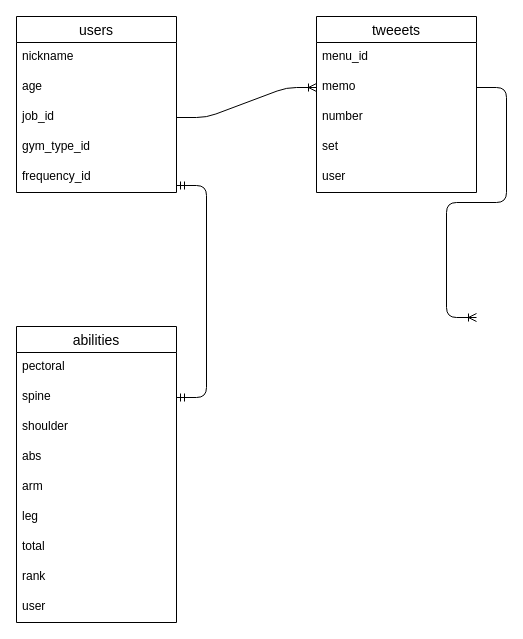
The draw.io diagram ER.dio in shisoshiso/bone-to-musicle, before the edit. Source tidied: cells renumbered, new cells numbered last; positions are measured from the earlier drawing's top-left corner, leaving out a move shared by most shapes. Both pictures are drawn from the tidied source at 100%, with x=0, y=0 at pixel (16, 16).
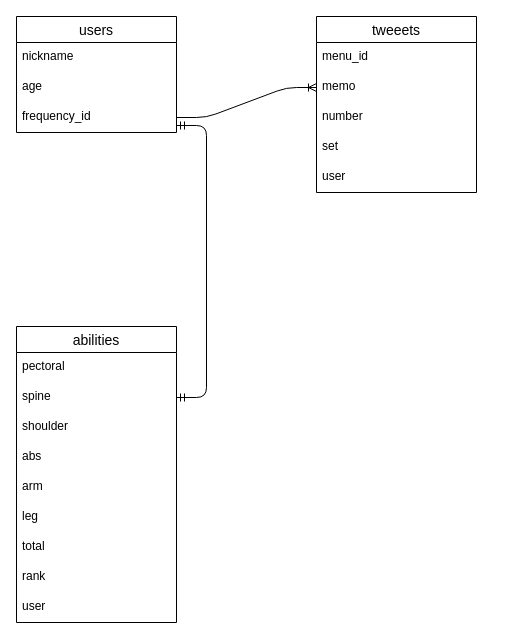
The same diagram, later.

Unchanged cells that the change refers to:
```xml
<mxCell id="10" value="memo" style="text;strokeColor=none;fillColor=none;spacingLeft=4;spacingRight=4;overflow=hidden;points=[[0,0.5],[1,0.5]];portConstraint=eastwest;fontSize=12;" parent="8" vertex="1">
  <mxGeometry y="56" width="160" height="30" as="geometry" />
</mxCell>
```

What changed in the source:
```diff
@@
     <mxCell id="2" value="users" style="swimlane;fontStyle=0;horizontal=1;startSize=26;align=center;fontSize=14;shadow=0;" parent="1" vertex="1">
-      <mxGeometry width="160" height="176" as="geometry" />
+      <mxGeometry width="160" height="116" as="geometry" />
     </mxCell>
@@
-    <mxCell id="5" value="job_id" style="text;strokeColor=none;fillColor=none;spacingLeft=4;spacingRight=4;overflow=hidden;points=[[0,0.5],[1,0.5]];portConstraint=eastwest;fontSize=12;" parent="2" vertex="1">
-      <mxGeometry y="86" width="160" height="30" as="geometry" />
-    </mxCell>
-    <mxCell id="6" value="gym_type_id" style="text;strokeColor=none;fillColor=none;spacingLeft=4;spacingRight=4;overflow=hidden;fontSize=12;" parent="2" vertex="1">
-      <mxGeometry y="116" width="160" height="30" as="geometry" />
-    </mxCell>
     <mxCell id="7" value="frequency_id" style="text;strokeColor=none;fillColor=none;spacingLeft=4;spacingRight=4;overflow=hidden;points=[[0,0.5],[1,0.5]];portConstraint=eastwest;fontSize=12;" parent="2" vertex="1">
-      <mxGeometry y="146" width="160" height="30" as="geometry" />
+      <mxGeometry y="86" width="160" height="30" as="geometry" />
     </mxCell>
@@
-    <mxCell id="14" style="edgeStyle=entityRelationEdgeStyle;fontSize=12;html=1;endArrow=ERoneToMany;exitX=1;exitY=0.5;exitDx=0;exitDy=0;entryX=0;entryY=0.5;entryDx=0;entryDy=0;" parent="1" edge="1" source="5" target="10">
-      <mxGeometry relative="1" as="geometry" />
+    <mxCell id="14" style="edgeStyle=entityRelationEdgeStyle;fontSize=12;html=1;endArrow=ERoneToMany;exitX=1;exitY=0.5;exitDx=0;exitDy=0;entryX=0;entryY=0.5;entryDx=0;entryDy=0;" parent="1" edge="1" target="10">
+      <mxGeometry relative="1" as="geometry">
+        <mxPoint x="160" y="101" as="sourcePoint" />
+      </mxGeometry>
     </mxCell>
-    <mxCell id="15" style="edgeStyle=entityRelationEdgeStyle;fontSize=12;html=1;endArrow=ERoneToMany;exitX=1;exitY=0.5;exitDx=0;exitDy=0;entryX=1;entryY=0.5;entryDx=0;entryDy=0;" parent="1" edge="1" source="10">
-      <mxGeometry relative="1" as="geometry">
-        <mxPoint x="460" y="301" as="targetPoint" />
-      </mxGeometry>
-    </mxCell>
```
